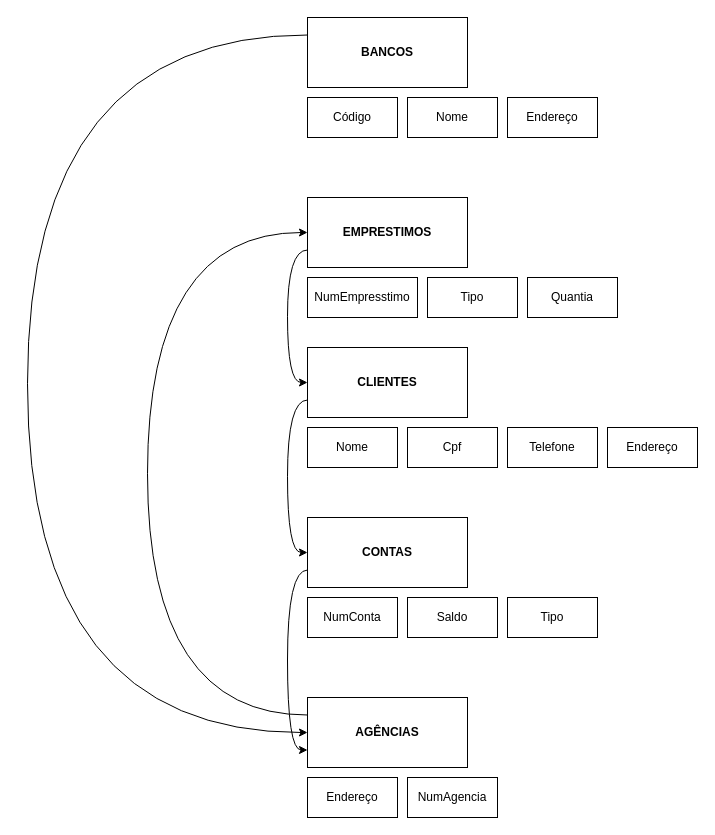
Above: Diagrama com nomedia 30.drawio in Therci/projeto-reserva (draw.io), before the change. Source tidied: cells renumbered, new cells numbered last; positions are measured from the earlier drawing's top-left corner, leaving out a move shared by most shapes. Both pictures are drawn from the tidied source at 100%, with x=0, y=0 at pixel (27, 17).
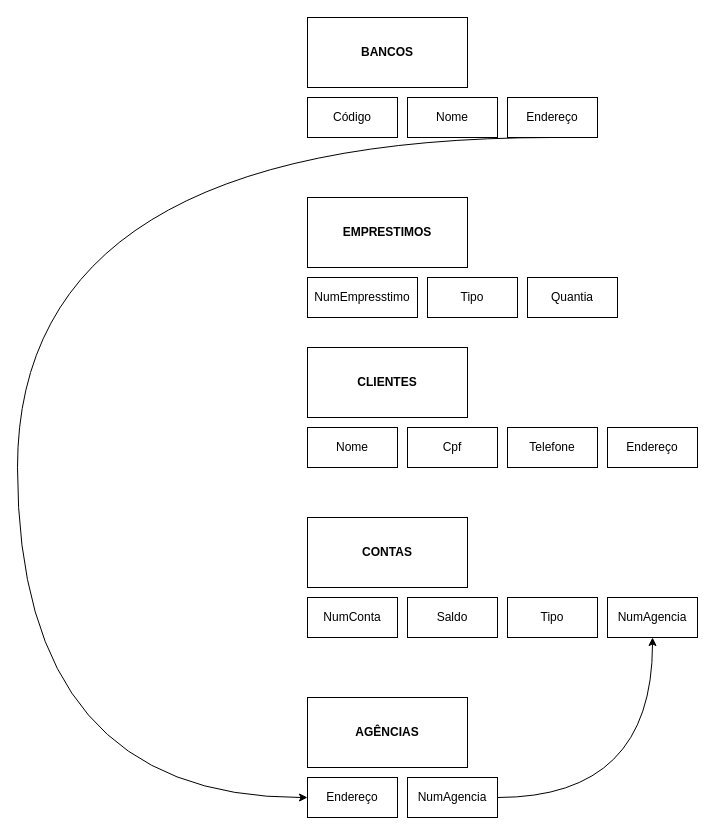
After the change.

The change refers to these unchanged cells:
```xml
<mxCell id="3" value="&lt;b&gt;EMPRESTIMOS&lt;/b&gt;" style="rounded=0;whiteSpace=wrap;html=1;" parent="1" vertex="1">
  <mxGeometry x="280" y="180" width="160" height="70" as="geometry" />
</mxCell>
<mxCell id="5" value="&lt;span&gt;CLIENTES&lt;/span&gt;" style="rounded=0;whiteSpace=wrap;html=1;fontStyle=1;" parent="1" vertex="1">
  <mxGeometry x="280" y="330" width="160" height="70" as="geometry" />
</mxCell>
<mxCell id="7" value="&lt;b&gt;CONTAS&lt;/b&gt;" style="rounded=0;whiteSpace=wrap;html=1;" parent="1" vertex="1">
  <mxGeometry x="280" y="500" width="160" height="70" as="geometry" />
</mxCell>
<mxCell id="9" value="&lt;b&gt;AGÊNCIAS&lt;/b&gt;" style="rounded=0;whiteSpace=wrap;html=1;" parent="1" vertex="1">
  <mxGeometry x="280" y="680" width="160" height="70" as="geometry" />
</mxCell>
<mxCell id="11" value="&lt;b&gt;BANCOS&lt;/b&gt;" style="rounded=0;whiteSpace=wrap;html=1;" parent="1" vertex="1">
  <mxGeometry x="280" width="160" height="70" as="geometry" />
</mxCell>
<mxCell id="14" value="Endereço" style="rounded=0;whiteSpace=wrap;html=1;" parent="1" vertex="1">
  <mxGeometry x="480" y="80" width="90" height="40" as="geometry" />
</mxCell>
<mxCell id="15" value="Endereço" style="rounded=0;whiteSpace=wrap;html=1;" parent="1" vertex="1">
  <mxGeometry x="280" y="760" width="90" height="40" as="geometry" />
</mxCell>
<mxCell id="16" value="NumAgencia" style="rounded=0;whiteSpace=wrap;html=1;" parent="1" vertex="1">
  <mxGeometry x="380" y="760" width="90" height="40" as="geometry" />
</mxCell>
```

What changed in the source:
```diff
@@
-    <mxCell id="2" style="edgeStyle=orthogonalEdgeStyle;rounded=0;jettySize=auto;html=1;exitX=0;exitY=0.75;exitDx=0;exitDy=0;entryX=0;entryY=0.5;entryDx=0;entryDy=0;curved=1;" parent="1" edge="1" source="3" target="5">
-      <mxGeometry relative="1" as="geometry" />
-    </mxCell>
@@
-    <mxCell id="4" style="edgeStyle=orthogonalEdgeStyle;rounded=0;jettySize=auto;html=1;exitX=0;exitY=0.75;exitDx=0;exitDy=0;entryX=0;entryY=0.5;entryDx=0;entryDy=0;curved=1;" parent="1" edge="1" source="5" target="7">
-      <mxGeometry relative="1" as="geometry" />
-    </mxCell>
@@
-    <mxCell id="6" style="edgeStyle=orthogonalEdgeStyle;rounded=0;jettySize=auto;html=1;exitX=0;exitY=0.75;exitDx=0;exitDy=0;entryX=0;entryY=0.75;entryDx=0;entryDy=0;curved=1;" parent="1" edge="1" source="7" target="9">
-      <mxGeometry relative="1" as="geometry" />
-    </mxCell>
@@
-    <mxCell id="8" style="edgeStyle=orthogonalEdgeStyle;rounded=0;jettySize=auto;html=1;exitX=0;exitY=0.25;exitDx=0;exitDy=0;curved=1;" parent="1" edge="1" source="9" target="3">
-      <mxGeometry relative="1" as="geometry">
-        <Array as="points">
-          <mxPoint x="120" y="698" />
-          <mxPoint x="120" y="215" />
-        </Array>
-      </mxGeometry>
-    </mxCell>
@@
-    <mxCell id="10" style="edgeStyle=orthogonalEdgeStyle;rounded=0;jettySize=auto;html=1;exitX=0;exitY=0.25;exitDx=0;exitDy=0;entryX=0;entryY=0.5;entryDx=0;entryDy=0;curved=1;" parent="1" edge="1" source="11" target="9">
-      <mxGeometry relative="1" as="geometry">
-        <Array as="points">
-          <mxPoint y="18" />
-          <mxPoint y="715" />
-        </Array>
-      </mxGeometry>
-    </mxCell>
@@
+    <mxCell id="27" style="edgeStyle=orthogonalEdgeStyle;rounded=0;jettySize=auto;html=1;exitX=0.5;exitY=1;exitDx=0;exitDy=0;entryX=0;entryY=0.5;entryDx=0;entryDy=0;curved=1;" parent="1" edge="1" source="14" target="15">
+      <mxGeometry relative="1" as="geometry">
+        <Array as="points">
+          <mxPoint x="-10" y="120" />
+          <mxPoint x="-10" y="780" />
+        </Array>
+      </mxGeometry>
+    </mxCell>
@@
+    <mxCell id="28" style="edgeStyle=orthogonalEdgeStyle;rounded=0;jettySize=auto;html=1;exitX=1;exitY=0.5;exitDx=0;exitDy=0;entryX=0.5;entryY=1;entryDx=0;entryDy=0;curved=1;" parent="1" edge="1" source="16" target="29">
+      <mxGeometry relative="1" as="geometry" />
+    </mxCell>
@@
+    <mxCell id="29" value="NumAgencia" style="rounded=0;whiteSpace=wrap;html=1;" parent="1" vertex="1">
+      <mxGeometry x="580" y="580" width="90" height="40" as="geometry" />
+    </mxCell>
```
